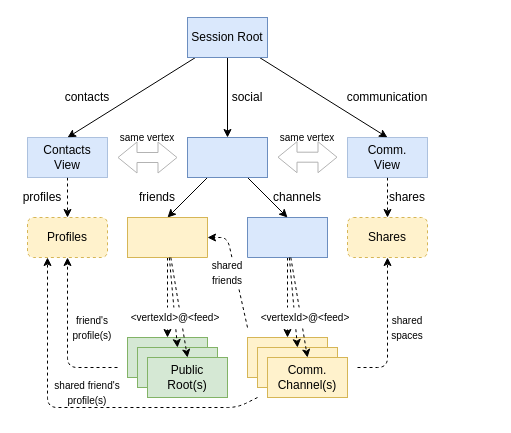
fsteff/certacrypt keeps this draw.io diagram as docs/social.drawio. Above is the earlier version. Source tidied: cells renumbered, new cells numbered last; positions are measured from the earlier drawing's top-left corner, leaving out a move shared by most shapes. Both pictures are drawn from the tidied source at 100%, with x=0, y=0 at pixel (17, 17).
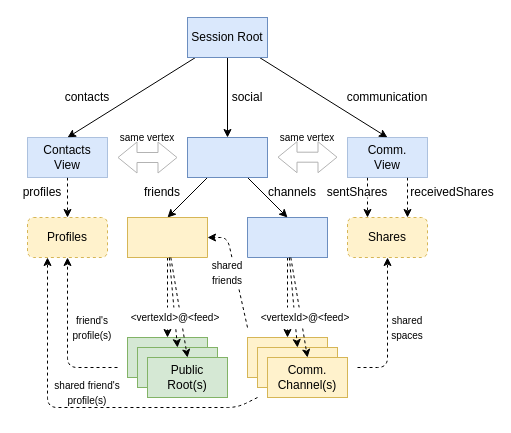
Above is the later version.

The change refers to these unchanged cells:
```xml
<mxCell id="25" value="Comm.&lt;br&gt;View" style="rounded=0;whiteSpace=wrap;html=1;fillColor=#dae8fc;dashed=1;dashPattern=1 1;strokeColor=#6c8ebf;" parent="1" vertex="1">
  <mxGeometry x="330" y="120" width="80" height="40" as="geometry" />
</mxCell>
<mxCell id="32" value="Shares" style="rounded=1;whiteSpace=wrap;html=1;fillColor=#fff2cc;dashed=1;strokeColor=#d6b656;" parent="1" vertex="1">
  <mxGeometry x="330" y="200" width="80" height="40" as="geometry" />
</mxCell>
```

Change to the diagram source:
```diff
@@
     <mxCell id="21" value="channels" style="text;html=1;strokeColor=none;fillColor=none;align=center;verticalAlign=middle;whiteSpace=wrap;rounded=0;" parent="1" vertex="1">
-      <mxGeometry x="260" y="170" width="40" height="20" as="geometry" />
+      <mxGeometry x="250" y="170" width="50" height="10" as="geometry" />
     </mxCell>
@@
-    <mxCell id="24" style="edgeStyle=none;rounded=0;jettySize=auto;html=1;entryX=0.5;entryY=0;entryDx=0;entryDy=0;dashed=1;strokeColor=#000000;fillColor=none;" parent="1" edge="1" source="25" target="32">
+    <mxCell id="24" style="edgeStyle=none;rounded=0;jettySize=auto;html=1;entryX=0.25;entryY=0;entryDx=0;entryDy=0;dashed=1;strokeColor=#000000;fillColor=none;exitX=0.25;exitY=1;exitDx=0;exitDy=0;" parent="1" edge="1" source="25" target="32">
       <mxGeometry relative="1" as="geometry" />
     </mxCell>
+    <mxCell id="50" style="edgeStyle=none;rounded=0;jettySize=auto;html=1;entryX=0.75;entryY=0;entryDx=0;entryDy=0;dashed=1;fontSize=10;exitX=0.75;exitY=1;exitDx=0;exitDy=0;" parent="1" edge="1" source="25" target="32">
+      <mxGeometry relative="1" as="geometry" />
+    </mxCell>
@@
     <mxCell id="34" value="friends" style="text;html=1;strokeColor=none;fillColor=none;align=center;verticalAlign=middle;whiteSpace=wrap;rounded=0;dashed=1;" parent="1" vertex="1">
-      <mxGeometry x="120" y="170" width="40" height="20" as="geometry" />
+      <mxGeometry x="120" y="170" width="50" height="10" as="geometry" />
     </mxCell>
@@
     <mxCell id="43" value="profiles" style="text;html=1;strokeColor=none;fillColor=none;align=center;verticalAlign=middle;whiteSpace=wrap;rounded=0;dashed=1;" parent="1" vertex="1">
-      <mxGeometry y="170" width="50" height="20" as="geometry" />
+      <mxGeometry y="170" width="50" height="10" as="geometry" />
     </mxCell>
-    <mxCell id="44" value="shares" style="text;html=1;strokeColor=none;fillColor=none;align=center;verticalAlign=middle;whiteSpace=wrap;rounded=0;dashed=1;" parent="1" vertex="1">
-      <mxGeometry x="370" y="170" width="40" height="20" as="geometry" />
+    <mxCell id="44" value="sentShares" style="text;html=1;strokeColor=none;align=center;verticalAlign=middle;whiteSpace=wrap;rounded=0;dashed=1;fillColor=#ffffff;" parent="1" vertex="1">
+      <mxGeometry x="310" y="170" width="60" height="10" as="geometry" />
     </mxCell>
@@
+    <mxCell id="51" value="receivedShares" style="text;html=1;strokeColor=none;fillColor=none;align=center;verticalAlign=middle;whiteSpace=wrap;rounded=0;dashed=1;dashPattern=1 1;fontSize=12;" parent="1" vertex="1">
+      <mxGeometry x="400" y="170" width="70" height="10" as="geometry" />
+    </mxCell>
```
